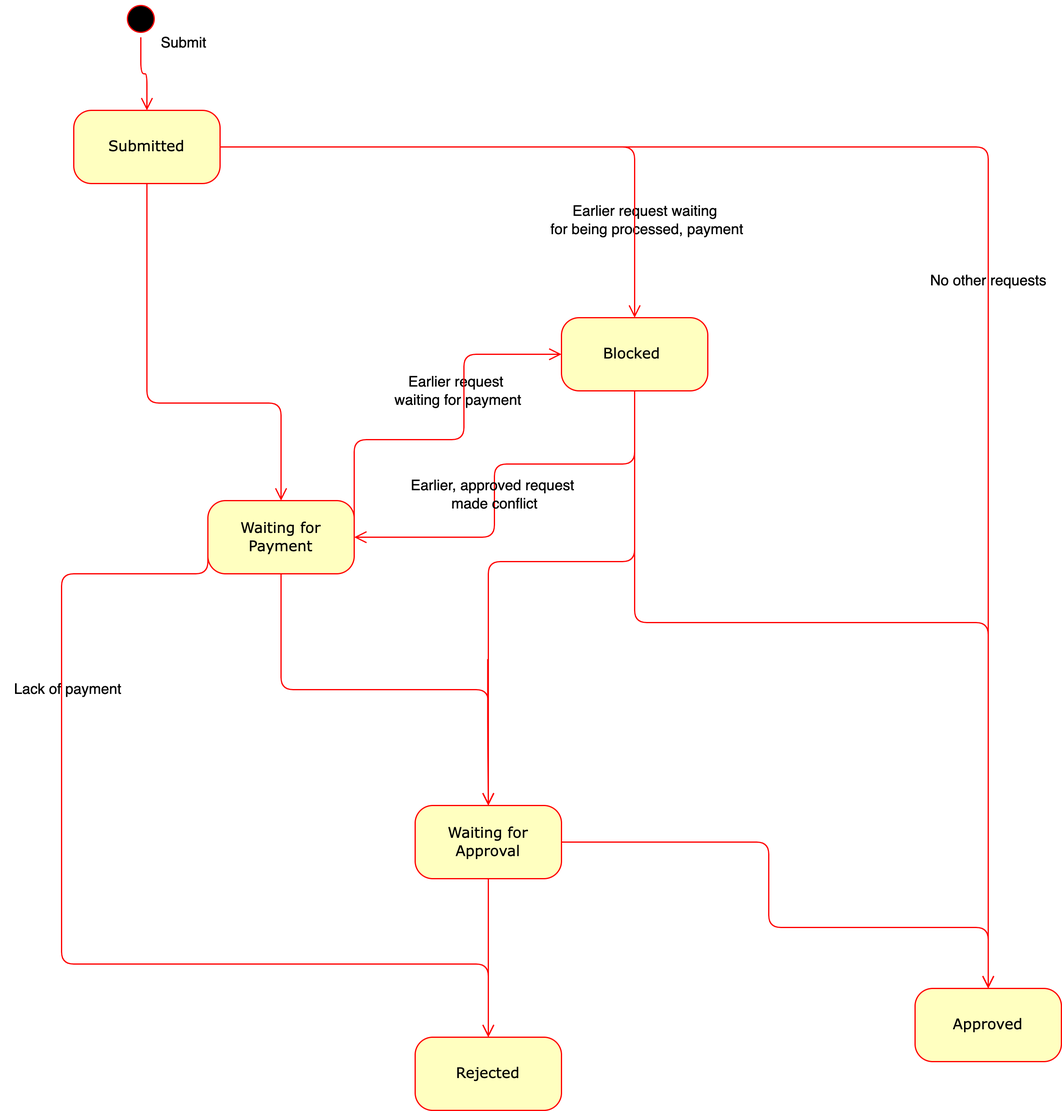
Earlier version of the draw.io export img/states-diagram.png (stanbar/landchain). Source tidied: cells renumbered, new cells last; positions are measured from the earlier drawing's top-left corner, leaving out a move shared by most shapes.
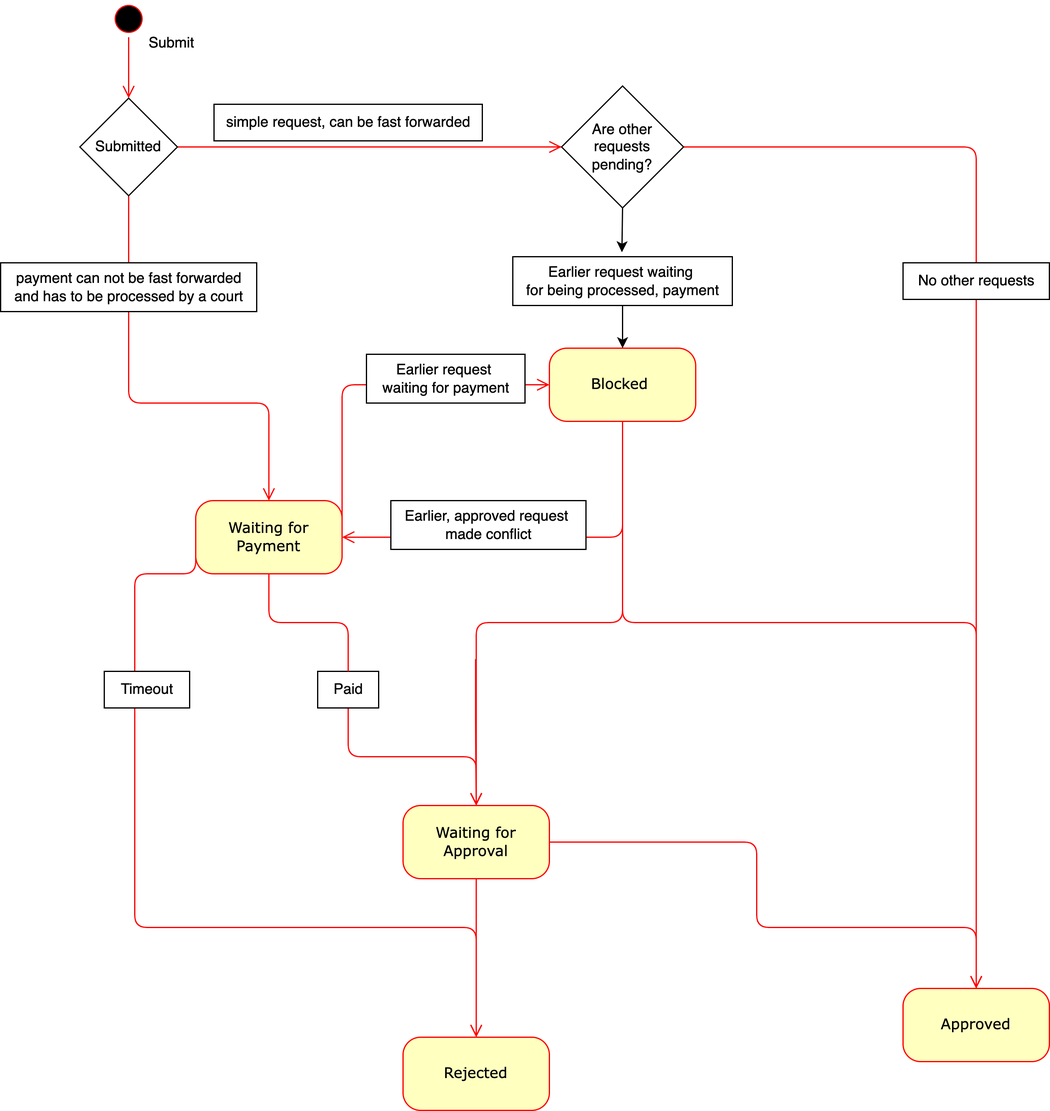
After the commit.

The edit, as a diff of the source:
```diff
@@ -5,10 +5,7 @@
     <mxCell id="2" style="ellipse;html=1;shape=startState;fillColor=#000000;strokeColor=#ff0000;rounded=1;shadow=0;comic=0;labelBackgroundColor=none;fontFamily=Verdana;fontSize=12;fontColor=#000000;align=center;direction=south;" parent="1" vertex="1">
       <mxGeometry x="100" width="30" height="30" as="geometry" />
     </mxCell>
-    <mxCell id="3" value="Submitted" style="rounded=1;whiteSpace=wrap;html=1;arcSize=24;fillColor=#ffffc0;strokeColor=#ff0000;shadow=0;comic=0;labelBackgroundColor=none;fontFamily=Verdana;fontSize=12;fontColor=#000000;align=center;" parent="1" vertex="1">
-      <mxGeometry x="60" y="90" width="120" height="60" as="geometry" />
-    </mxCell>
-    <mxCell id="4" style="edgeStyle=orthogonalEdgeStyle;html=1;entryX=0.5;entryY=0;labelBackgroundColor=none;endArrow=open;endSize=8;strokeColor=#ff0000;fontFamily=Verdana;fontSize=12;align=left;entryDx=0;entryDy=0;exitX=0.5;exitY=1;exitDx=0;exitDy=0;" parent="1" edge="1" source="5" target="9">
+    <mxCell id="4" style="edgeStyle=orthogonalEdgeStyle;html=1;entryX=0.5;entryY=0;labelBackgroundColor=none;endArrow=open;endSize=8;strokeColor=#ff0000;fontFamily=Verdana;fontSize=12;align=left;entryDx=0;entryDy=0;exitX=0.5;exitY=1;exitDx=0;exitDy=0;startArrow=none;" parent="1" edge="1" source="33" target="9">
       <mxGeometry relative="1" as="geometry" />
     </mxCell>
     <mxCell id="5" value="Waiting for Payment" style="rounded=1;whiteSpace=wrap;html=1;arcSize=24;fillColor=#ffffc0;strokeColor=#ff0000;shadow=0;comic=0;labelBackgroundColor=none;fontFamily=Verdana;fontSize=12;fontColor=#000000;align=center;" parent="1" vertex="1">
@@ -20,7 +17,7 @@
     <mxCell id="7" value="Rejected" style="rounded=1;whiteSpace=wrap;html=1;arcSize=24;fillColor=#ffffc0;strokeColor=#ff0000;shadow=0;comic=0;labelBackgroundColor=none;fontFamily=Verdana;fontSize=12;fontColor=#000000;align=center;" parent="1" vertex="1">
       <mxGeometry x="340" y="850" width="120" height="60" as="geometry" />
     </mxCell>
-    <mxCell id="8" style="edgeStyle=orthogonalEdgeStyle;html=1;labelBackgroundColor=none;endArrow=open;endSize=8;strokeColor=#ff0000;fontFamily=Verdana;fontSize=12;align=left;" parent="1" edge="1" source="2" target="3">
+    <mxCell id="8" style="edgeStyle=orthogonalEdgeStyle;html=1;labelBackgroundColor=none;endArrow=open;endSize=8;strokeColor=#ff0000;fontFamily=Verdana;fontSize=12;align=left;entryX=0.5;entryY=0;entryDx=0;entryDy=0;" parent="1" edge="1" source="2" target="3">
       <mxGeometry relative="1" as="geometry" />
     </mxCell>
     <mxCell id="9" value="Waiting for Approval" style="rounded=1;whiteSpace=wrap;html=1;arcSize=24;fillColor=#ffffc0;strokeColor=#ff0000;shadow=0;comic=0;labelBackgroundColor=none;fontFamily=Verdana;fontSize=12;fontColor=#000000;align=center;" parent="1" vertex="1">
@@ -38,13 +35,14 @@
     <mxCell id="11" style="edgeStyle=orthogonalEdgeStyle;html=1;labelBackgroundColor=none;endArrow=open;endSize=8;strokeColor=#ff0000;fontFamily=Verdana;fontSize=12;align=left;entryX=0.5;entryY=0;entryDx=0;entryDy=0;exitX=0.5;exitY=1;exitDx=0;exitDy=0;" parent="1" edge="1" source="3" target="5">
       <mxGeometry relative="1" as="geometry">
         <Array as="points">
-          <mxPoint x="120" y="330" />
+          <mxPoint x="115" y="330" />
           <mxPoint x="230" y="330" />
         </Array>
       </mxGeometry>
     </mxCell>
-    <mxCell id="12" style="edgeStyle=orthogonalEdgeStyle;html=1;exitX=1;exitY=0.5;entryX=0.5;entryY=0;labelBackgroundColor=none;endArrow=open;endSize=8;strokeColor=#ff0000;fontFamily=Verdana;fontSize=12;align=left;entryDx=0;entryDy=0;exitDx=0;exitDy=0;" parent="1" edge="1" source="3" target="6">
+    <mxCell id="12" style="edgeStyle=orthogonalEdgeStyle;html=1;exitX=1;exitY=0.5;entryX=0.5;entryY=0;labelBackgroundColor=none;endArrow=open;endSize=8;strokeColor=#ff0000;fontFamily=Verdana;fontSize=12;align=left;entryDx=0;entryDy=0;exitDx=0;exitDy=0;" parent="1" edge="1" target="6">
       <mxGeometry relative="1" as="geometry">
+        <mxPoint x="180" y="120" as="sourcePoint" />
         <Array as="points">
           <mxPoint x="810" y="120" />
         </Array>
@@ -53,24 +51,16 @@
     <mxCell id="13" value="Submit" style="text;html=1;align=center;verticalAlign=middle;strokeColor=none;fillColor=none;" parent="1" vertex="1">
       <mxGeometry x="120" y="20" width="60" height="30" as="geometry" />
     </mxCell>
-    <mxCell id="14" value="No other requests" style="text;html=1;align=center;verticalAlign=middle;strokeColor=none;fillColor=none;" parent="1" vertex="1">
+    <mxCell id="14" value="No other requests" style="text;html=1;align=center;verticalAlign=middle;strokeColor=default;fillColor=default;" parent="1" vertex="1">
       <mxGeometry x="750" y="215" width="120" height="30" as="geometry" />
     </mxCell>
-    <mxCell id="15" value="Earlier request waiting &lt;br&gt;for being processed, payment" style="text;html=1;align=center;verticalAlign=middle;points=[];strokeColor=none;fillColor=none;" parent="1" vertex="1">
-      <mxGeometry x="440" y="160" width="180" height="40" as="geometry" />
-    </mxCell>
     <mxCell id="16" value="Blocked&amp;nbsp;" style="rounded=1;whiteSpace=wrap;html=1;arcSize=24;fillColor=#ffffc0;strokeColor=#ff0000;shadow=0;comic=0;labelBackgroundColor=none;fontFamily=Verdana;fontSize=12;fontColor=#000000;align=center;" parent="1" vertex="1">
-      <mxGeometry x="460" y="260" width="120" height="60" as="geometry" />
+      <mxGeometry x="460" y="285" width="120" height="60" as="geometry" />
     </mxCell>
-    <mxCell id="17" value="Earlier request &lt;br&gt;waiting for payment" style="text;html=1;align=center;verticalAlign=middle;strokeColor=none;fillColor=none;" parent="1" vertex="1">
-      <mxGeometry x="310" y="300" width="130" height="40" as="geometry" />
-    </mxCell>
     <mxCell id="18" style="edgeStyle=orthogonalEdgeStyle;html=1;labelBackgroundColor=none;endArrow=open;endSize=8;strokeColor=#ff0000;fontFamily=Verdana;fontSize=12;align=left;entryX=0;entryY=0.5;entryDx=0;entryDy=0;exitX=1;exitY=0.5;exitDx=0;exitDy=0;" parent="1" edge="1" source="5" target="16">
       <mxGeometry relative="1" as="geometry">
         <Array as="points">
-          <mxPoint x="290" y="360" />
-          <mxPoint x="380" y="360" />
-          <mxPoint x="380" y="290" />
+          <mxPoint x="290" y="315" />
         </Array>
       </mxGeometry>
     </mxCell>
@@ -78,14 +68,14 @@
       <mxGeometry relative="1" as="geometry">
         <Array as="points">
           <mxPoint x="170" y="470" />
-          <mxPoint x="50" y="470" />
-          <mxPoint x="50" y="790" />
-          <mxPoint x="400" y="790" />
+          <mxPoint x="120" y="470" />
+          <mxPoint x="120" y="760" />
+          <mxPoint x="400" y="760" />
         </Array>
       </mxGeometry>
     </mxCell>
-    <mxCell id="20" value="Lack of payment" style="text;html=1;align=center;verticalAlign=middle;strokeColor=none;fillColor=none;" parent="1" vertex="1">
-      <mxGeometry y="550" width="110" height="30" as="geometry" />
+    <mxCell id="20" value="Timeout" style="text;html=1;align=center;verticalAlign=middle;strokeColor=default;fillColor=default;" parent="1" vertex="1">
+      <mxGeometry x="95" y="550" width="70" height="30" as="geometry" />
     </mxCell>
     <mxCell id="21" style="edgeStyle=orthogonalEdgeStyle;html=1;labelBackgroundColor=none;endArrow=open;endSize=8;strokeColor=#ff0000;fontFamily=Verdana;fontSize=12;align=left;exitX=0.5;exitY=1;exitDx=0;exitDy=0;" parent="1" edge="1" target="9">
       <mxGeometry relative="1" as="geometry">
@@ -95,15 +85,15 @@
     <mxCell id="22" style="edgeStyle=orthogonalEdgeStyle;html=1;labelBackgroundColor=none;endArrow=open;endSize=8;strokeColor=#ff0000;fontFamily=Verdana;fontSize=12;align=left;exitX=0.5;exitY=1;exitDx=0;exitDy=0;entryX=0.5;entryY=0;entryDx=0;entryDy=0;" parent="1" edge="1" source="16" target="9">
       <mxGeometry relative="1" as="geometry">
         <Array as="points">
-          <mxPoint x="520" y="460" />
-          <mxPoint x="400" y="460" />
+          <mxPoint x="520" y="510" />
+          <mxPoint x="400" y="510" />
         </Array>
       </mxGeometry>
     </mxCell>
-    <mxCell id="23" style="edgeStyle=orthogonalEdgeStyle;html=1;labelBackgroundColor=none;endArrow=open;endSize=8;strokeColor=#ff0000;fontFamily=Verdana;fontSize=12;align=left;exitX=1;exitY=0.5;exitDx=0;exitDy=0;entryX=0.5;entryY=0;entryDx=0;entryDy=0;" parent="1" edge="1" source="3" target="16">
+    <mxCell id="23" style="edgeStyle=orthogonalEdgeStyle;html=1;labelBackgroundColor=none;endArrow=open;endSize=8;strokeColor=#ff0000;fontFamily=Verdana;fontSize=12;align=left;exitX=1;exitY=0.5;exitDx=0;exitDy=0;entryX=0;entryY=0.5;entryDx=0;entryDy=0;" parent="1" edge="1" source="3" target="32">
       <mxGeometry relative="1" as="geometry">
         <Array as="points">
-          <mxPoint x="520" y="120" />
+          <mxPoint x="470" y="120" />
         </Array>
       </mxGeometry>
     </mxCell>
@@ -118,19 +108,47 @@
     </mxCell>
     <mxCell id="25" style="edgeStyle=orthogonalEdgeStyle;html=1;labelBackgroundColor=none;endArrow=open;endSize=8;strokeColor=#ff0000;fontFamily=Verdana;fontSize=12;align=left;entryX=1;entryY=0.5;entryDx=0;entryDy=0;" parent="1" edge="1" target="5">
       <mxGeometry relative="1" as="geometry">
-        <mxPoint x="520" y="320" as="sourcePoint" />
+        <mxPoint x="520" y="350" as="sourcePoint" />
         <Array as="points">
-          <mxPoint x="520" y="380" />
-          <mxPoint x="405" y="380" />
-          <mxPoint x="405" y="440" />
+          <mxPoint x="520" y="440" />
         </Array>
       </mxGeometry>
     </mxCell>
-    <mxCell id="26" value="Earlier, approved request &lt;br&gt;made conflict" style="text;html=1;align=center;verticalAlign=middle;strokeColor=none;fillColor=none;" parent="1" vertex="1">
-      <mxGeometry x="325" y="385" width="160" height="40" as="geometry" />
+    <mxCell id="26" value="Earlier, approved request &lt;br&gt;made conflict" style="text;html=1;align=center;verticalAlign=middle;strokeColor=default;fillColor=default;" parent="1" vertex="1">
+      <mxGeometry x="330" y="410" width="160" height="40" as="geometry" />
     </mxCell>
     <mxCell id="27" style="edgeStyle=orthogonalEdgeStyle;html=1;labelBackgroundColor=none;endArrow=open;endSize=8;strokeColor=#ff0000;fontFamily=Verdana;fontSize=12;align=left;exitX=0.5;exitY=1;exitDx=0;exitDy=0;" parent="1" edge="1" source="9" target="7">
       <mxGeometry relative="1" as="geometry" />
     </mxCell>
+    <mxCell id="3" value="Submitted" style="rhombus;whiteSpace=wrap;html=1;" parent="1" vertex="1">
+      <mxGeometry x="75" y="80" width="80" height="80" as="geometry" />
+    </mxCell>
+    <mxCell id="28" value="payment can not be fast forwarded&lt;br&gt;and has to be processed by a court" style="text;html=1;align=center;verticalAlign=middle;strokeColor=default;fillColor=default;" parent="1" vertex="1">
+      <mxGeometry x="10" y="215" width="210" height="40" as="geometry" />
+    </mxCell>
+    <mxCell id="29" style="edgeStyle=orthogonalEdgeStyle;rounded=0;jettySize=auto;html=1;entryX=0.5;entryY=0;entryDx=0;entryDy=0;" parent="1" edge="1" source="15" target="16">
+      <mxGeometry relative="1" as="geometry" />
+    </mxCell>
+    <mxCell id="15" value="Earlier request waiting &lt;br&gt;for being processed, payment" style="text;html=1;align=center;verticalAlign=middle;points=[];strokeColor=default;fillColor=default;" parent="1" vertex="1">
+      <mxGeometry x="430" y="210" width="180" height="40" as="geometry" />
+    </mxCell>
+    <mxCell id="30" value="simple request, can be fast forwarded" style="text;html=1;align=center;verticalAlign=middle;strokeColor=default;fillColor=default;" parent="1" vertex="1">
+      <mxGeometry x="185" y="85" width="220" height="30" as="geometry" />
+    </mxCell>
+    <mxCell id="31" style="edgeStyle=orthogonalEdgeStyle;rounded=0;jettySize=auto;html=1;exitX=0.5;exitY=1;exitDx=0;exitDy=0;entryX=0.497;entryY=-0.091;entryDx=0;entryDy=0;entryPerimeter=0;" parent="1" edge="1" source="32" target="15">
+      <mxGeometry relative="1" as="geometry" />
+    </mxCell>
+    <mxCell id="32" value="Are other requests pending?" style="rhombus;whiteSpace=wrap;html=1;" parent="1" vertex="1">
+      <mxGeometry x="470" y="70" width="100" height="100" as="geometry" />
+    </mxCell>
+    <mxCell id="17" value="Earlier request &lt;br&gt;waiting for payment" style="text;html=1;align=center;verticalAlign=middle;strokeColor=default;fillColor=default;" parent="1" vertex="1">
+      <mxGeometry x="310" y="290" width="130" height="40" as="geometry" />
+    </mxCell>
+    <mxCell id="33" value="Paid" style="text;html=1;align=center;verticalAlign=middle;points=[];strokeColor=default;fillColor=default;" parent="1" vertex="1">
+      <mxGeometry x="270" y="550" width="50" height="30" as="geometry" />
+    </mxCell>
+    <mxCell id="34" style="edgeStyle=orthogonalEdgeStyle;html=1;entryX=0.5;entryY=0;labelBackgroundColor=none;endArrow=none;endSize=8;strokeColor=#ff0000;fontFamily=Verdana;fontSize=12;align=left;entryDx=0;entryDy=0;exitX=0.5;exitY=1;exitDx=0;exitDy=0;" parent="1" edge="1" source="5" target="33">
+      <mxGeometry relative="1" as="geometry" />
+    </mxCell>
   </root>
 </mxGraphModel>
```
